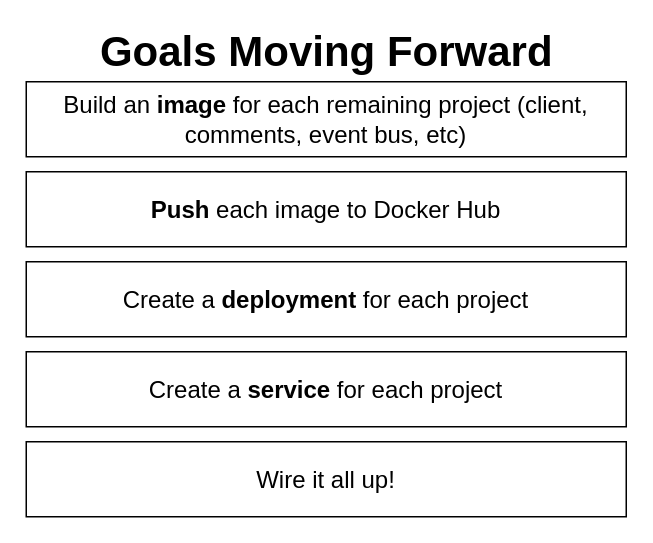
Earlier version of the draw.io diagram page "20 - goals" (20 of 22) of diagrams/04/02.drawio (HappySuzuki/microservices-cast). Source tidied: cells renumbered, new cells numbered last; positions are measured from the earlier drawing's top-left corner, leaving out a move shared by most shapes. Both pictures are drawn from the tidied source at 150%, with x=0, y=0 at pixel (26, 36).
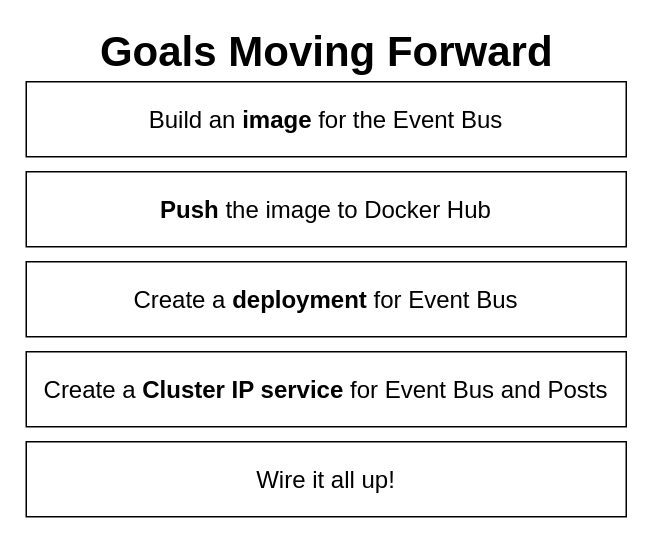
After the change.

Change to the diagram source:
```diff
@@
 <mxGraphModel>
   <root>
     <mxCell id="0" />
     <mxCell id="1" parent="0" />
-    <mxCell id="2" value="Build an &lt;b&gt;image&lt;/b&gt; for each remaining project (client, comments, event bus, etc)" style="rounded=0;whiteSpace=wrap;html=1;shadow=0;fontSize=16;fontColor=#000000;align=center;" parent="1" vertex="1">
+    <mxCell id="2" value="Build an &lt;b&gt;image &lt;/b&gt;for the Event Bus" style="rounded=0;whiteSpace=wrap;html=1;shadow=0;fontSize=16;fontColor=#000000;align=center;" parent="1" vertex="1">
       <mxGeometry y="30" width="400" height="50" as="geometry" />
     </mxCell>
     <mxCell id="3" value="Goals Moving Forward" style="text;html=1;strokeColor=none;fillColor=none;align=center;verticalAlign=middle;whiteSpace=wrap;rounded=0;shadow=0;fontSize=28;fontColor=#000000;fontStyle=1;" parent="1" vertex="1">
       <mxGeometry x="2.5" width="395" height="20" as="geometry" />
     </mxCell>
-    <mxCell id="4" value="&lt;b&gt;Push&lt;/b&gt; each image to Docker Hub" style="rounded=0;whiteSpace=wrap;html=1;shadow=0;fontSize=16;fontColor=#000000;align=center;" parent="1" vertex="1">
+    <mxCell id="4" value="&lt;b&gt;Push&lt;/b&gt; the image to Docker Hub" style="rounded=0;whiteSpace=wrap;html=1;shadow=0;fontSize=16;fontColor=#000000;align=center;" parent="1" vertex="1">
       <mxGeometry y="90" width="400" height="50" as="geometry" />
     </mxCell>
-    <mxCell id="5" value="Create a &lt;b&gt;deployment&lt;/b&gt; for each project" style="rounded=0;whiteSpace=wrap;html=1;shadow=0;fontSize=16;fontColor=#000000;align=center;" parent="1" vertex="1">
+    <mxCell id="5" value="Create a &lt;b&gt;deployment&lt;/b&gt; for Event Bus" style="rounded=0;whiteSpace=wrap;html=1;shadow=0;fontSize=16;fontColor=#000000;align=center;" parent="1" vertex="1">
       <mxGeometry y="150" width="400" height="50" as="geometry" />
     </mxCell>
-    <mxCell id="6" value="Create a &lt;b&gt;service&lt;/b&gt; for each project" style="rounded=0;whiteSpace=wrap;html=1;shadow=0;fontSize=16;fontColor=#000000;align=center;" parent="1" vertex="1">
+    <mxCell id="6" value="Create a &lt;b&gt;Cluster IP service&lt;/b&gt;&amp;nbsp;for Event Bus and Posts" style="rounded=0;whiteSpace=wrap;html=1;shadow=0;fontSize=16;fontColor=#000000;align=center;" parent="1" vertex="1">
       <mxGeometry y="210" width="400" height="50" as="geometry" />
     </mxCell>
     <mxCell id="7" value="Wire it all up!" style="rounded=0;whiteSpace=wrap;html=1;shadow=0;fontSize=16;fontColor=#000000;align=center;" parent="1" vertex="1">
       <mxGeometry y="270" width="400" height="50" as="geometry" />
     </mxCell>
   </root>
 </mxGraphModel>
```
